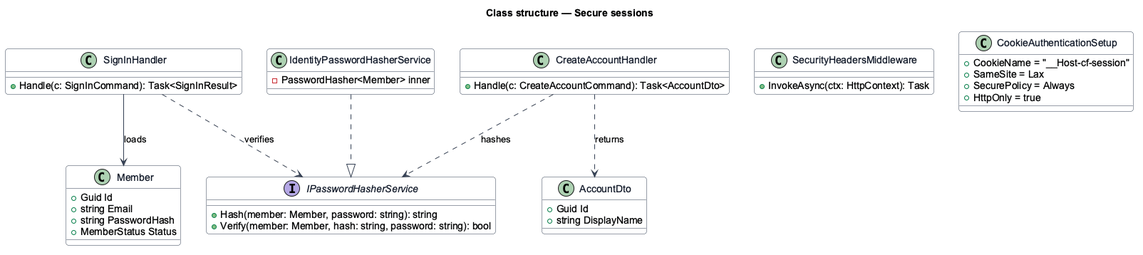
QuinntyneBrown/christian-fitness keeps this PlantUML diagram as docs/detailed-designs/security/secure-sessions/diagrams/class.png. Above is the earlier version.
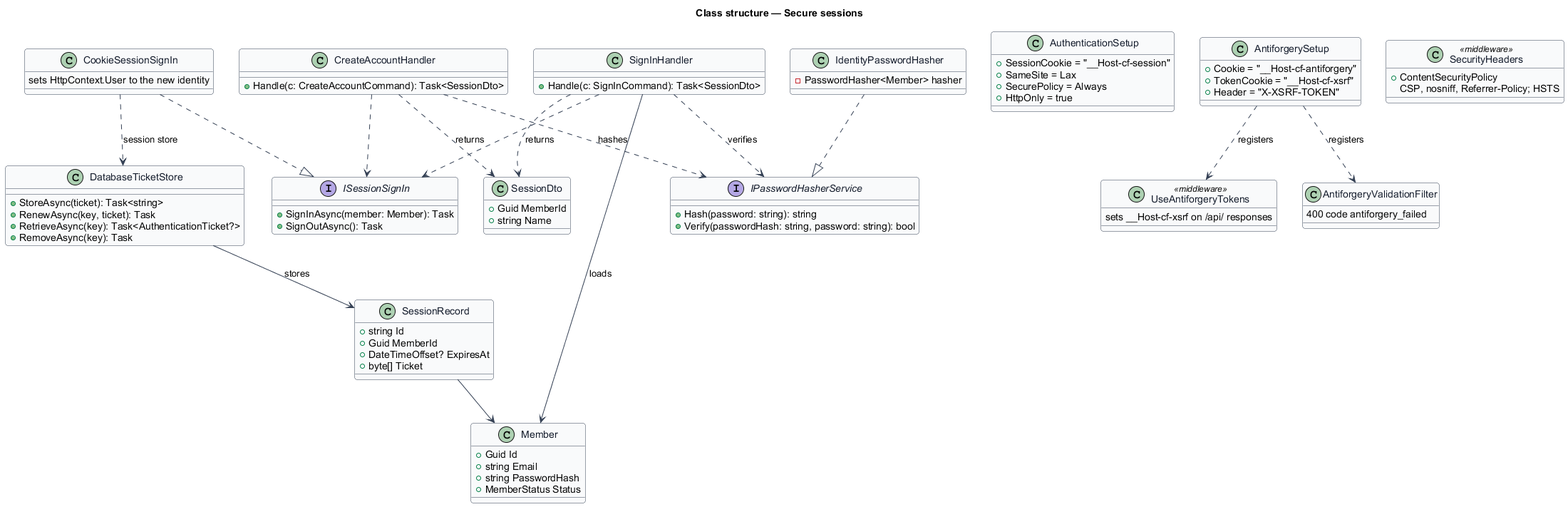
The same diagram one commit later.

What changed in the source:
```diff
@@ -18,34 +18,74 @@
   +MemberStatus Status
 }
 interface IPasswordHasherService {
-  +Hash(member: Member, password: string): string
-  +Verify(member: Member, hash: string, password: string): bool
+  +Hash(password: string): string
+  +Verify(passwordHash: string, password: string): bool
 }
-class IdentityPasswordHasherService {
-  -PasswordHasher<Member> inner
+class IdentityPasswordHasher {
+  -PasswordHasher<Member> hasher
+}
+interface ISessionSignIn {
+  +SignInAsync(member: Member): Task
+  +SignOutAsync(): Task
+}
+class CookieSessionSignIn {
+  sets HttpContext.User to the new identity
+}
+class DatabaseTicketStore {
+  +StoreAsync(ticket): Task<string>
+  +RenewAsync(key, ticket): Task
+  +RetrieveAsync(key): Task<AuthenticationTicket?>
+  +RemoveAsync(key): Task
+}
+class SessionRecord {
+  +string Id
+  +Guid MemberId
+  +DateTimeOffset? ExpiresAt
+  +byte[] Ticket
 }
 class SignInHandler {
-  +Handle(c: SignInCommand): Task<SignInResult>
+  +Handle(c: SignInCommand): Task<SessionDto>
 }
 class CreateAccountHandler {
-  +Handle(c: CreateAccountCommand): Task<AccountDto>
+  +Handle(c: CreateAccountCommand): Task<SessionDto>
 }
-class AccountDto {
-  +Guid Id
-  +string DisplayName
+class SessionDto {
+  +Guid MemberId
+  +string Name
 }
-class SecurityHeadersMiddleware {
-  +InvokeAsync(ctx: HttpContext): Task
-}
-class CookieAuthenticationSetup {
-  +CookieName = "__Host-cf-session"
+class AuthenticationSetup {
+  +SessionCookie = "__Host-cf-session"
   +SameSite = Lax
   +SecurePolicy = Always
   +HttpOnly = true
 }
-IdentityPasswordHasherService ..|> IPasswordHasherService
+class AntiforgerySetup {
+  +Cookie = "__Host-cf-antiforgery"
+  +TokenCookie = "__Host-cf-xsrf"
+  +Header = "X-XSRF-TOKEN"
+}
+class UseAntiforgeryTokens <<middleware>> {
+  sets __Host-cf-xsrf on /api/ responses
+}
+class AntiforgeryValidationFilter {
+  400 code antiforgery_failed
+}
+class SecurityHeaders <<middleware>> {
+  +ContentSecurityPolicy
+  CSP, nosniff, Referrer-Policy; HSTS
+}
+IdentityPasswordHasher ..|> IPasswordHasherService
+CookieSessionSignIn ..|> ISessionSignIn
 SignInHandler ..> IPasswordHasherService : verifies
 CreateAccountHandler ..> IPasswordHasherService : hashes
-CreateAccountHandler ..> AccountDto : returns
+SignInHandler ..> ISessionSignIn
+CreateAccountHandler ..> ISessionSignIn
+SignInHandler ..> SessionDto : returns
+CreateAccountHandler ..> SessionDto : returns
 SignInHandler --> Member : loads
+AntiforgerySetup ..> UseAntiforgeryTokens : registers
+AntiforgerySetup ..> AntiforgeryValidationFilter : registers
+CookieSessionSignIn ..> DatabaseTicketStore : session store
+DatabaseTicketStore --> SessionRecord : stores
+SessionRecord --> Member
 @enduml
```
